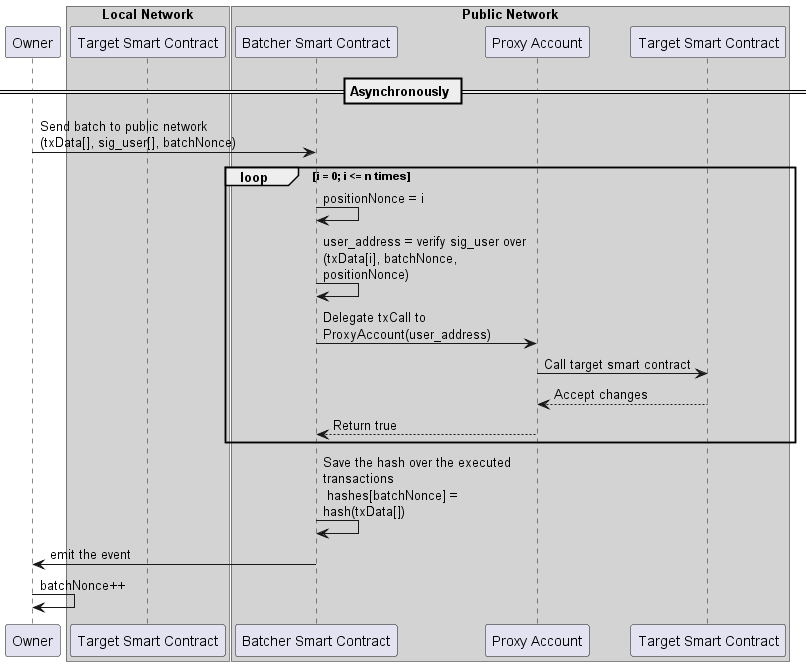
Above: out/UMLs/async/async.png in ollie041114/account-abstraction-test (PlantUML), before the change. Source of this version:
```plantuml
@startuml async
skinparam maxMessageSize 220

participant Owner

box "Local Network" #LightGray
participant "Target Smart Contract" as LocalBlockchain
end box

box "Public Network" #LightGray
participant "Batcher Smart Contract" as PublicBatcher
participant "Proxy Account" as PublicProxy
participant "Target Smart Contract" as PublicTarget
end box


== Asynchronously ==
box Asynchronously
Owner -> PublicBatcher : Send batch to public network (txData[], sig_user[], batchNonce)
loop i = 0; i <= n times
  PublicBatcher -> PublicBatcher: positionNonce = i
  PublicBatcher -> PublicBatcher: user_address = verify sig_user over (txData[i], batchNonce, positionNonce)
  PublicBatcher -> PublicProxy : Delegate txCall to ProxyAccount(user_address)
  PublicProxy -> PublicTarget : Call target smart contract
  PublicTarget --> PublicProxy : Accept changes
  PublicProxy --> PublicBatcher : Return true
end
PublicBatcher -> PublicBatcher: Save the hash over the executed transactions \n hashes[batchNonce] = hash(txData[])
PublicBatcher -> Owner: emit the event
Owner -> Owner : batchNonce++
end box

@enduml
```
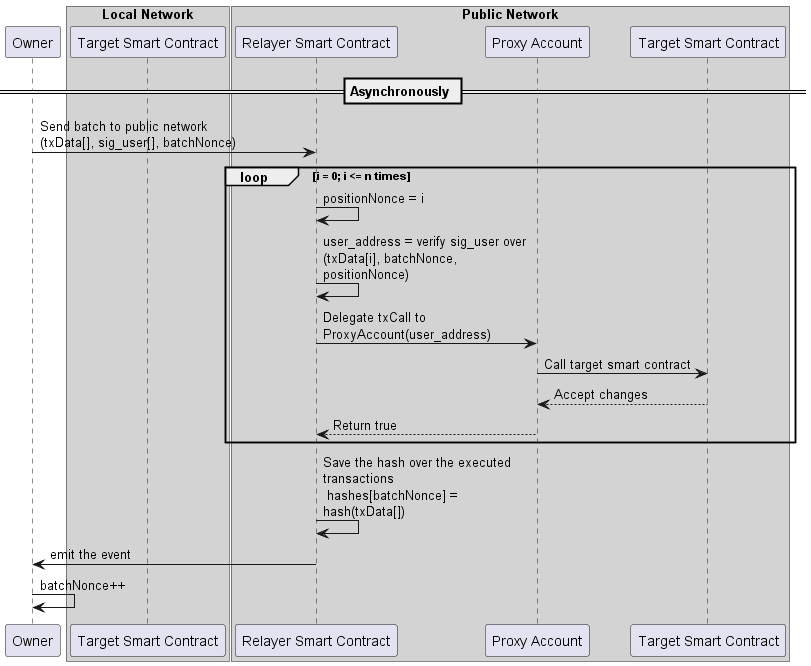
Later version of the same file.

The edit, as a diff of the source:
```diff
@@ -8,7 +8,7 @@
 end box
 
 box "Public Network" #LightGray
-participant "Batcher Smart Contract" as PublicBatcher
+participant "Relayer Smart Contract" as PublicRelayer
 participant "Proxy Account" as PublicProxy
 participant "Target Smart Contract" as PublicTarget
 end box
@@ -16,17 +16,17 @@
 
 == Asynchronously ==
 box Asynchronously
-Owner -> PublicBatcher : Send batch to public network (txData[], sig_user[], batchNonce)
+Owner -> PublicRelayer : Send batch to public network (txData[], sig_user[], batchNonce)
 loop i = 0; i <= n times
-  PublicBatcher -> PublicBatcher: positionNonce = i
-  PublicBatcher -> PublicBatcher: user_address = verify sig_user over (txData[i], batchNonce, positionNonce)
-  PublicBatcher -> PublicProxy : Delegate txCall to ProxyAccount(user_address)
+  PublicRelayer -> PublicRelayer: positionNonce = i
+  PublicRelayer -> PublicRelayer: user_address = verify sig_user over (txData[i], batchNonce, positionNonce)
+  PublicRelayer -> PublicProxy : Delegate txCall to ProxyAccount(user_address)
   PublicProxy -> PublicTarget : Call target smart contract
   PublicTarget --> PublicProxy : Accept changes
-  PublicProxy --> PublicBatcher : Return true
+  PublicProxy --> PublicRelayer : Return true
 end
-PublicBatcher -> PublicBatcher: Save the hash over the executed transactions \n hashes[batchNonce] = hash(txData[])
-PublicBatcher -> Owner: emit the event
+PublicRelayer -> PublicRelayer: Save the hash over the executed transactions \n hashes[batchNonce] = hash(txData[])
+PublicRelayer -> Owner: emit the event
 Owner -> Owner : batchNonce++
 end box
 
```
